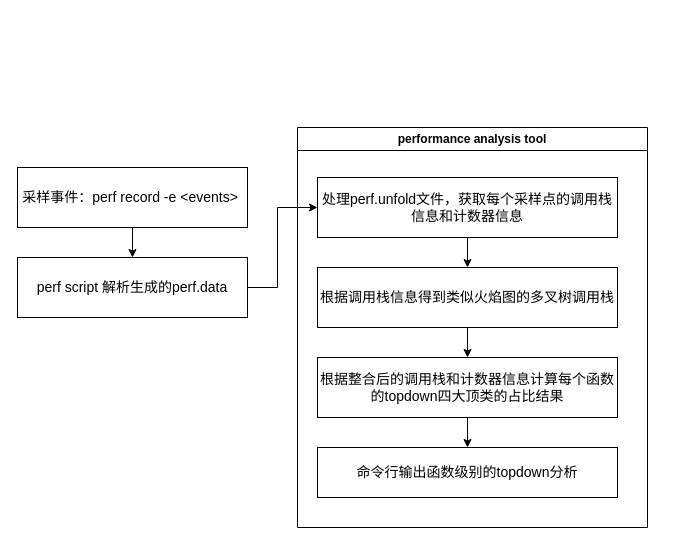
Earlier version of the draw.io diagram system-outline.drawio (Dong-J93/_pictures). Source tidied: cells renumbered, new cells numbered last; positions are measured from the earlier drawing's top-left corner, leaving out a move shared by most shapes. Both pictures are drawn from the tidied source at 100%, with x=0, y=0 at pixel (17, 127).
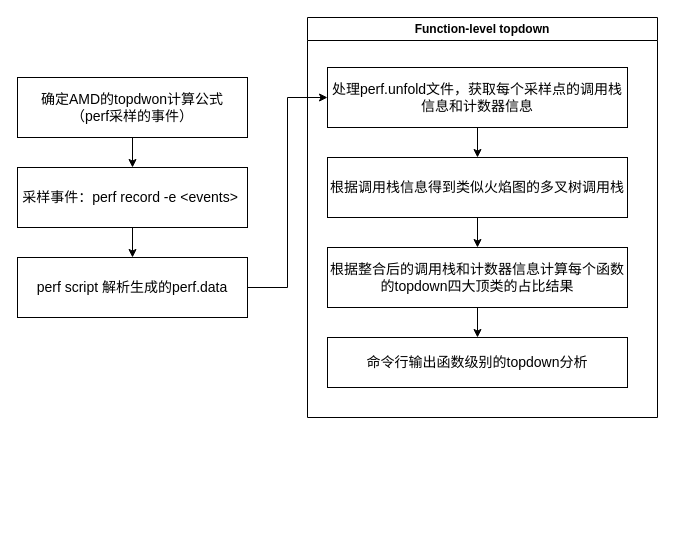
The same page after the edit.

Change to the diagram source:
```diff
@@
 <mxGraphModel>
   <root>
     <mxCell id="0" />
     <mxCell id="1" parent="0" />
-    <mxCell id="2" value="performance analysis tool" style="swimlane;whiteSpace=wrap;html=1;" parent="1" vertex="1">
-      <mxGeometry x="280" width="350" height="400" as="geometry" />
+    <mxCell id="2" value="Function-level topdown" style="swimlane;whiteSpace=wrap;html=1;" parent="1" vertex="1">
+      <mxGeometry x="290" y="-110" width="350" height="400" as="geometry" />
     </mxCell>
     <mxCell id="3" style="edgeStyle=orthogonalEdgeStyle;rounded=0;jettySize=auto;html=1;" parent="2" edge="1" source="4" target="6">
       <mxGeometry relative="1" as="geometry" />
     </mxCell>
     <mxCell id="4" value="&lt;span style=&quot;font-size: 14px;&quot;&gt;处理perf.unfold文件，获取每个采样点的调用栈信息和计数器信息&lt;/span&gt;" style="rounded=0;whiteSpace=wrap;html=1;" parent="2" vertex="1">
       <mxGeometry x="20" y="50" width="300" height="60" as="geometry" />
     </mxCell>
     <mxCell id="5" style="edgeStyle=orthogonalEdgeStyle;rounded=0;jettySize=auto;html=1;" parent="2" edge="1" source="6" target="8">
       <mxGeometry relative="1" as="geometry" />
     </mxCell>
     <mxCell id="6" value="&lt;span style=&quot;font-size: 14px;&quot;&gt;根据调用栈信息得到类似火焰图的多叉树调用栈&lt;/span&gt;" style="rounded=0;whiteSpace=wrap;html=1;" parent="2" vertex="1">
       <mxGeometry x="20" y="140" width="300" height="60" as="geometry" />
     </mxCell>
     <mxCell id="7" style="edgeStyle=orthogonalEdgeStyle;rounded=0;jettySize=auto;html=1;" parent="2" edge="1" source="8" target="9">
       <mxGeometry relative="1" as="geometry" />
     </mxCell>
     <mxCell id="8" value="&lt;span style=&quot;font-size: 14px;&quot;&gt;根据整合后的调用栈和计数器信息计算每个函数的topdown四大顶类的占比结果&lt;/span&gt;" style="rounded=0;whiteSpace=wrap;html=1;" parent="2" vertex="1">
       <mxGeometry x="20" y="230" width="300" height="60" as="geometry" />
     </mxCell>
     <mxCell id="9" value="&lt;span style=&quot;font-size: 14px;&quot;&gt;命令行输出函数级别的topdown分析&lt;/span&gt;" style="rounded=0;whiteSpace=wrap;html=1;" parent="2" vertex="1">
       <mxGeometry x="20" y="320" width="300" height="50" as="geometry" />
     </mxCell>
     <mxCell id="10" style="edgeStyle=orthogonalEdgeStyle;rounded=0;jettySize=auto;html=1;" parent="1" edge="1" source="11" target="13">
       <mxGeometry relative="1" as="geometry" />
     </mxCell>
     <mxCell id="11" value="&lt;font style=&quot;font-size: 14px;&quot;&gt;采样事件：perf record -e &amp;lt;events&amp;gt;&lt;span class=&quot;eusoft-eudic-chrome-extension-translate-content&quot;&gt;&lt;span class=&quot;eusoft-eudic-chrome-extension-translate-white-space ng-star-inserted&quot;&gt;&amp;nbsp;&lt;/span&gt;&lt;/span&gt;&lt;/font&gt;" style="rounded=0;whiteSpace=wrap;html=1;" parent="1" vertex="1">
       <mxGeometry y="40" width="230" height="60" as="geometry" />
     </mxCell>
     <mxCell id="12" style="edgeStyle=orthogonalEdgeStyle;rounded=0;jettySize=auto;html=1;" parent="1" edge="1" source="13" target="4">
       <mxGeometry relative="1" as="geometry">
         <Array as="points">
-          <mxPoint x="260" y="160" />
-          <mxPoint x="260" y="80" />
+          <mxPoint x="270" y="160" />
+          <mxPoint x="270" y="-30" />
         </Array>
       </mxGeometry>
     </mxCell>
     <mxCell id="13" value="&lt;font style=&quot;font-size: 14px;&quot;&gt;perf script 解析生成的perf.data&lt;/font&gt;" style="rounded=0;whiteSpace=wrap;html=1;" parent="1" vertex="1">
       <mxGeometry y="130" width="230" height="60" as="geometry" />
     </mxCell>
+    <mxCell id="14" style="edgeStyle=orthogonalEdgeStyle;rounded=0;jettySize=auto;html=1;" parent="1" edge="1" source="15" target="11">
+      <mxGeometry relative="1" as="geometry" />
+    </mxCell>
+    <mxCell id="15" value="&lt;span style=&quot;font-size: 14px;&quot;&gt;确定AMD的topdwon计算公式&lt;/span&gt;&lt;div&gt;&lt;span style=&quot;font-size: 14px;&quot;&gt;（perf采样的事件）&lt;/span&gt;&lt;span class=&quot;eusoft-eudic-chrome-extension-translate-content&quot;&gt;&lt;/span&gt;&lt;/div&gt;" style="rounded=0;whiteSpace=wrap;html=1;" parent="1" vertex="1">
+      <mxGeometry y="-50" width="230" height="60" as="geometry" />
+    </mxCell>
   </root>
 </mxGraphModel>
```
